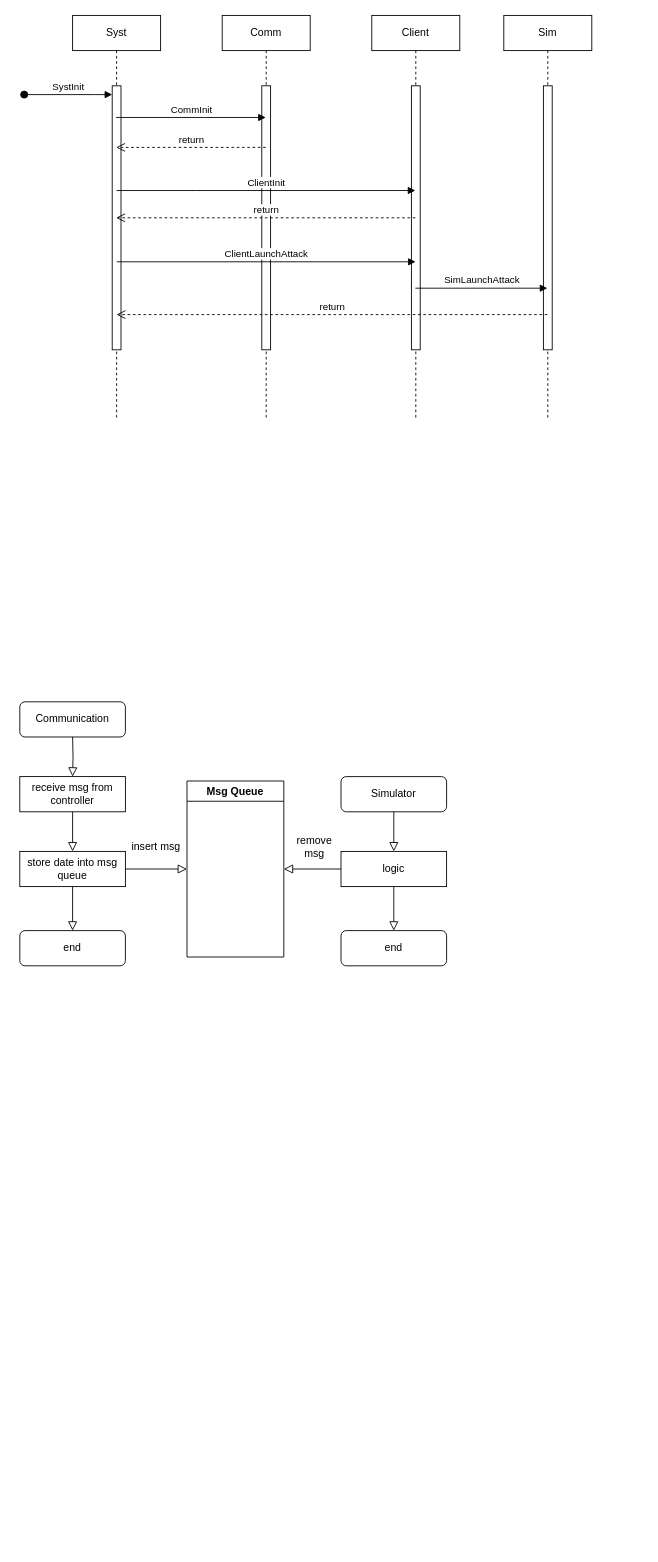
Earlier version of the draw.io diagram Untitled Diagram.drawio (OneOverThree/PastryTest). Source tidied: cells renumbered, new cells numbered last; positions are measured from the earlier drawing's top-left corner, leaving out a move shared by most shapes. Both pictures are drawn from the tidied source at 88%, with x=0, y=0 at pixel (19, 15).
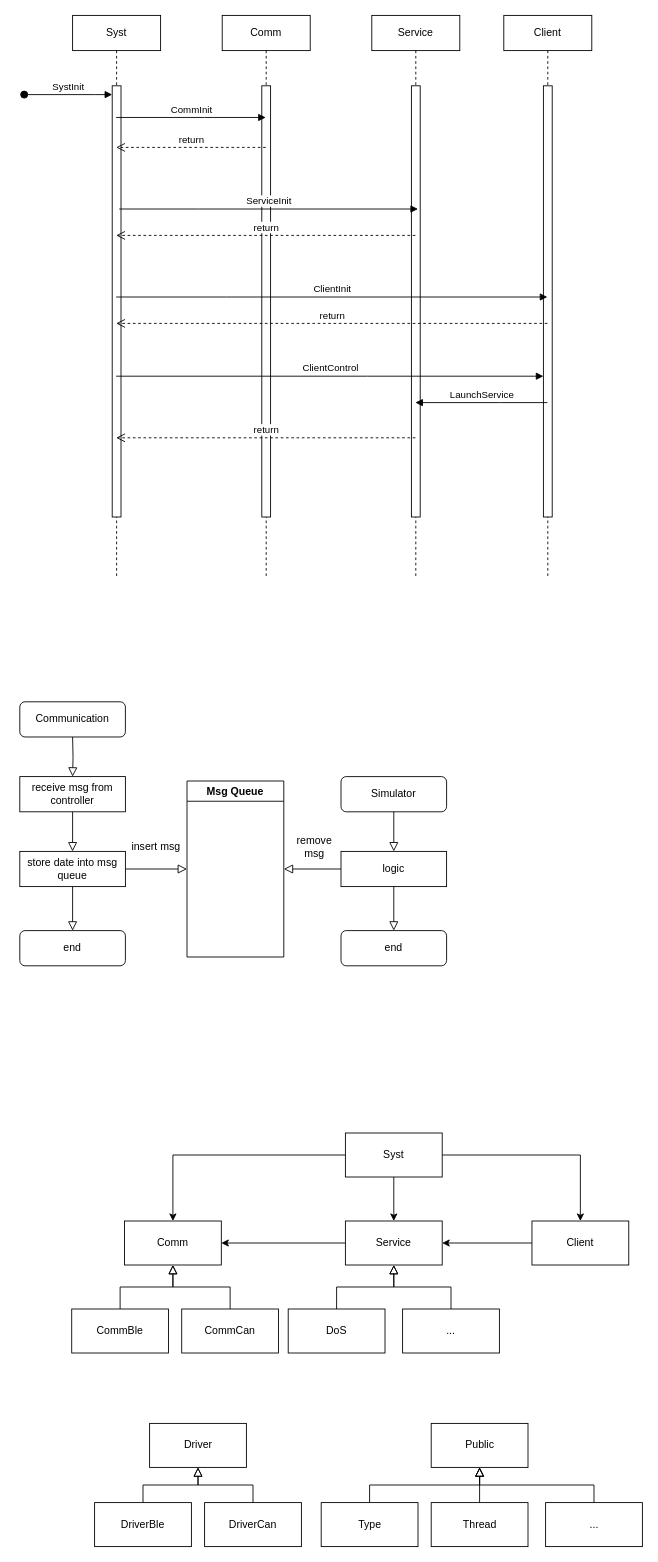
Above is the later version.

The edit, as a diff of the source:
```diff
@@
     <mxCell id="2" value="Comm" style="shape=umlLifeline;perimeter=lifelinePerimeter;whiteSpace=wrap;html=1;newEdgeStyle={&quot;edgeStyle&quot;:&quot;elbowEdgeStyle&quot;,&quot;elbow&quot;:&quot;vertical&quot;,&quot;curved&quot;:0,&quot;rounded&quot;:0};" parent="1" vertex="1">
-      <mxGeometry x="230" width="100" height="460" as="geometry" />
+      <mxGeometry x="230" width="100" height="640" as="geometry" />
     </mxCell>
     <mxCell id="3" style="html=1;perimeter=orthogonalPerimeter;targetShapes=umlLifeline;newEdgeStyle={&quot;edgeStyle&quot;:&quot;elbowEdgeStyle&quot;,&quot;elbow&quot;:&quot;vertical&quot;,&quot;curved&quot;:0,&quot;rounded&quot;:0};" parent="2" vertex="1">
-      <mxGeometry x="45" y="80" width="10" height="300" as="geometry" />
+      <mxGeometry x="45" y="80" width="10" height="490" as="geometry" />
     </mxCell>
     <mxCell id="4" value="Syst" style="shape=umlLifeline;perimeter=lifelinePerimeter;whiteSpace=wrap;html=1;outlineConnect=0;portConstraint=eastwest;newEdgeStyle={&quot;edgeStyle&quot;:&quot;elbowEdgeStyle&quot;,&quot;elbow&quot;:&quot;vertical&quot;,&quot;curved&quot;:0,&quot;rounded&quot;:0};" parent="1" vertex="1">
-      <mxGeometry x="60" width="100" height="460" as="geometry" />
+      <mxGeometry x="60" width="100" height="640" as="geometry" />
     </mxCell>
     <mxCell id="5" style="html=1;points=[];perimeter=orthogonalPerimeter;outlineConnect=0;targetShapes=umlLifeline;portConstraint=eastwest;newEdgeStyle={&quot;edgeStyle&quot;:&quot;elbowEdgeStyle&quot;,&quot;elbow&quot;:&quot;vertical&quot;,&quot;curved&quot;:0,&quot;rounded&quot;:0};" parent="4" vertex="1">
-      <mxGeometry x="45" y="80" width="10" height="300" as="geometry" />
+      <mxGeometry x="45" y="80" width="10" height="490" as="geometry" />
     </mxCell>
@@
-    <mxCell id="8" value="Client" style="shape=umlLifeline;perimeter=lifelinePerimeter;whiteSpace=wrap;html=1;outlineConnect=0;portConstraint=eastwest;newEdgeStyle={&quot;edgeStyle&quot;:&quot;elbowEdgeStyle&quot;,&quot;elbow&quot;:&quot;vertical&quot;,&quot;curved&quot;:0,&quot;rounded&quot;:0};" parent="1" vertex="1">
-      <mxGeometry x="400" width="100" height="460" as="geometry" />
+    <mxCell id="8" value="Service" style="shape=umlLifeline;perimeter=lifelinePerimeter;whiteSpace=wrap;html=1;outlineConnect=0;portConstraint=eastwest;newEdgeStyle={&quot;edgeStyle&quot;:&quot;elbowEdgeStyle&quot;,&quot;elbow&quot;:&quot;vertical&quot;,&quot;curved&quot;:0,&quot;rounded&quot;:0};" parent="1" vertex="1">
+      <mxGeometry x="400" width="100" height="640" as="geometry" />
     </mxCell>
     <mxCell id="9" style="html=1;perimeter=orthogonalPerimeter;targetShapes=umlLifeline;newEdgeStyle={&quot;edgeStyle&quot;:&quot;elbowEdgeStyle&quot;,&quot;elbow&quot;:&quot;vertical&quot;,&quot;curved&quot;:0,&quot;rounded&quot;:0};" parent="8" vertex="1">
-      <mxGeometry x="45" y="80" width="10" height="300" as="geometry" />
+      <mxGeometry x="45" y="80" width="10" height="490" as="geometry" />
     </mxCell>
-    <mxCell id="10" value="ClientInit" style="html=1;verticalAlign=bottom;endArrow=block;edgeStyle=elbowEdgeStyle;elbow=vertical;curved=0;rounded=0;" parent="1" edge="1">
+    <mxCell id="10" value="ServiceInit" style="html=1;verticalAlign=bottom;endArrow=block;edgeStyle=elbowEdgeStyle;elbow=vertical;curved=0;rounded=0;" parent="1" edge="1">
       <mxGeometry relative="1" as="geometry">
-        <mxPoint x="110" y="199" as="sourcePoint" />
-        <mxPoint x="449.5" y="199" as="targetPoint" />
+        <mxPoint x="113" y="220" as="sourcePoint" />
+        <mxPoint x="452.5" y="220" as="targetPoint" />
         <Array as="points">
-          <mxPoint x="200" y="199" />
-          <mxPoint x="240" y="209" />
-          <mxPoint x="250" y="199" />
-          <mxPoint x="215" y="219" />
+          <mxPoint x="203" y="220" />
+          <mxPoint x="243" y="230" />
+          <mxPoint x="253" y="220" />
+          <mxPoint x="218" y="240" />
         </Array>
       </mxGeometry>
     </mxCell>
-    <mxCell id="11" value="return" style="html=1;verticalAlign=bottom;endArrow=open;dashed=1;endSize=8;edgeStyle=elbowEdgeStyle;elbow=vertical;curved=0;rounded=0;" parent="1" edge="1" source="8" target="4">
-      <mxGeometry relative="1" as="geometry" />
-    </mxCell>
@@
-    <mxCell id="13" value="Sim" style="shape=umlLifeline;perimeter=lifelinePerimeter;whiteSpace=wrap;html=1;outlineConnect=0;portConstraint=eastwest;newEdgeStyle={&quot;edgeStyle&quot;:&quot;elbowEdgeStyle&quot;,&quot;elbow&quot;:&quot;vertical&quot;,&quot;curved&quot;:0,&quot;rounded&quot;:0};" parent="1" vertex="1">
-      <mxGeometry x="550" width="100" height="460" as="geometry" />
+    <mxCell id="13" value="Client" style="shape=umlLifeline;perimeter=lifelinePerimeter;whiteSpace=wrap;html=1;outlineConnect=0;portConstraint=eastwest;newEdgeStyle={&quot;edgeStyle&quot;:&quot;elbowEdgeStyle&quot;,&quot;elbow&quot;:&quot;vertical&quot;,&quot;curved&quot;:0,&quot;rounded&quot;:0};" parent="1" vertex="1">
+      <mxGeometry x="550" width="100" height="640" as="geometry" />
     </mxCell>
     <mxCell id="14" style="html=1;points=[];perimeter=orthogonalPerimeter;outlineConnect=0;targetShapes=umlLifeline;portConstraint=eastwest;newEdgeStyle={&quot;edgeStyle&quot;:&quot;elbowEdgeStyle&quot;,&quot;elbow&quot;:&quot;vertical&quot;,&quot;curved&quot;:0,&quot;rounded&quot;:0};" parent="13" vertex="1">
-      <mxGeometry x="45" y="80" width="10" height="300" as="geometry" />
+      <mxGeometry x="45" y="80" width="10" height="490" as="geometry" />
     </mxCell>
-    <mxCell id="15" value="ClientLaunchAttack" style="html=1;verticalAlign=bottom;endArrow=block;edgeStyle=elbowEdgeStyle;elbow=vertical;curved=0;rounded=0;" parent="1" edge="1">
-      <mxGeometry relative="1" as="geometry">
-        <mxPoint x="110.2" y="280" as="sourcePoint" />
-        <mxPoint x="449.8" y="280" as="targetPoint" />
-        <Array as="points">
-          <mxPoint x="200.2" y="280" />
-          <mxPoint x="240.2" y="290" />
-          <mxPoint x="250.2" y="280" />
-          <mxPoint x="215.2" y="300" />
-        </Array>
-      </mxGeometry>
-    </mxCell>
-    <mxCell id="16" value="SimLaunchAttack" style="html=1;verticalAlign=bottom;endArrow=block;edgeStyle=elbowEdgeStyle;elbow=vertical;curved=0;rounded=0;" parent="1" edge="1" source="8" target="13">
+    <mxCell id="16" value="ClientInit" style="html=1;verticalAlign=bottom;endArrow=block;edgeStyle=elbowEdgeStyle;elbow=vertical;curved=0;rounded=0;" parent="1" edge="1" source="4" target="13">
       <mxGeometry relative="1" as="geometry">
         <Array as="points">
+          <mxPoint x="235" y="320" />
+          <mxPoint x="435" y="300" />
+          <mxPoint x="455" y="270" />
           <mxPoint x="520" y="310" />
         </Array>
       </mxGeometry>
     </mxCell>
-    <mxCell id="17" value="return" style="html=1;verticalAlign=bottom;endArrow=open;dashed=1;endSize=8;edgeStyle=elbowEdgeStyle;elbow=vertical;curved=0;rounded=0;" parent="1" edge="1" source="13">
+    <mxCell id="17" value="return" style="html=1;verticalAlign=bottom;endArrow=open;dashed=1;endSize=8;edgeStyle=elbowEdgeStyle;elbow=vertical;curved=0;rounded=0;" parent="1" edge="1" source="13" target="4">
       <mxGeometry relative="1" as="geometry">
-        <mxPoint x="110" y="340" as="targetPoint" />
+        <Array as="points">
+          <mxPoint x="425" y="350" />
+          <mxPoint x="205" y="360" />
+          <mxPoint x="435" y="330" />
+          <mxPoint x="495" y="300" />
+        </Array>
       </mxGeometry>
     </mxCell>
@@
+    <mxCell id="35" style="edgeStyle=orthogonalEdgeStyle;rounded=0;jettySize=auto;html=1;" parent="1" edge="1" source="38" target="41">
+      <mxGeometry relative="1" as="geometry" />
+    </mxCell>
+    <mxCell id="36" style="edgeStyle=orthogonalEdgeStyle;rounded=0;jettySize=auto;html=1;entryX=0.5;entryY=0;entryDx=0;entryDy=0;" parent="1" edge="1" source="38" target="39">
+      <mxGeometry relative="1" as="geometry" />
+    </mxCell>
+    <mxCell id="37" style="edgeStyle=orthogonalEdgeStyle;rounded=0;jettySize=auto;html=1;entryX=0.5;entryY=0;entryDx=0;entryDy=0;" parent="1" edge="1" source="38" target="43">
+      <mxGeometry relative="1" as="geometry" />
+    </mxCell>
+    <mxCell id="38" value="Syst" style="html=1;whiteSpace=wrap;" parent="1" vertex="1">
+      <mxGeometry x="370" y="1270" width="110" height="50" as="geometry" />
+    </mxCell>
+    <mxCell id="39" value="Comm" style="html=1;whiteSpace=wrap;" parent="1" vertex="1">
+      <mxGeometry x="119" y="1370" width="110" height="50" as="geometry" />
+    </mxCell>
+    <mxCell id="40" style="edgeStyle=orthogonalEdgeStyle;rounded=0;jettySize=auto;html=1;exitX=0;exitY=0.5;exitDx=0;exitDy=0;" parent="1" edge="1" source="41" target="39">
+      <mxGeometry relative="1" as="geometry" />
+    </mxCell>
+    <mxCell id="41" value="Service" style="html=1;whiteSpace=wrap;" parent="1" vertex="1">
+      <mxGeometry x="370" y="1370" width="110" height="50" as="geometry" />
+    </mxCell>
+    <mxCell id="42" style="edgeStyle=orthogonalEdgeStyle;rounded=0;jettySize=auto;html=1;" parent="1" edge="1" source="43" target="41">
+      <mxGeometry relative="1" as="geometry" />
+    </mxCell>
+    <mxCell id="43" value="Client" style="html=1;whiteSpace=wrap;" parent="1" vertex="1">
+      <mxGeometry x="582" y="1370" width="110" height="50" as="geometry" />
+    </mxCell>
+    <mxCell id="44" value="CommBle" style="html=1;whiteSpace=wrap;" parent="1" vertex="1">
+      <mxGeometry x="59" y="1470" width="110" height="50" as="geometry" />
+    </mxCell>
+    <mxCell id="45" value="CommCan" style="html=1;whiteSpace=wrap;" parent="1" vertex="1">
+      <mxGeometry x="184" y="1470" width="110" height="50" as="geometry" />
+    </mxCell>
+    <mxCell id="46" value="DoS" style="html=1;whiteSpace=wrap;" parent="1" vertex="1">
+      <mxGeometry x="305" y="1470" width="110" height="50" as="geometry" />
+    </mxCell>
+    <mxCell id="47" style="rounded=0;html=1;jettySize=auto;fontSize=11;endArrow=block;endFill=0;endSize=8;strokeWidth=1;shadow=0;labelBackgroundColor=none;edgeStyle=orthogonalEdgeStyle;entryX=0.5;entryY=1;entryDx=0;entryDy=0;exitX=0.5;exitY=0;exitDx=0;exitDy=0;" parent="1" edge="1" source="44" target="39">
+      <mxGeometry x="0.02" y="120" relative="1" as="geometry" />
+    </mxCell>
+    <mxCell id="48" style="rounded=0;html=1;jettySize=auto;fontSize=11;endArrow=block;endFill=0;endSize=8;strokeWidth=1;shadow=0;labelBackgroundColor=none;edgeStyle=orthogonalEdgeStyle;exitX=0.5;exitY=0;exitDx=0;exitDy=0;" parent="1" edge="1" source="45" target="39">
+      <mxGeometry x="0.02" y="120" relative="1" as="geometry" />
+    </mxCell>
+    <mxCell id="49" style="rounded=0;html=1;jettySize=auto;fontSize=11;endArrow=block;endFill=0;endSize=8;strokeWidth=1;shadow=0;labelBackgroundColor=none;edgeStyle=orthogonalEdgeStyle;exitX=0.5;exitY=0;exitDx=0;exitDy=0;" parent="1" edge="1" source="46" target="41">
+      <mxGeometry x="0.02" y="120" relative="1" as="geometry" />
+    </mxCell>
+    <mxCell id="50" value="..." style="html=1;whiteSpace=wrap;" parent="1" vertex="1">
+      <mxGeometry x="435" y="1470" width="110" height="50" as="geometry" />
+    </mxCell>
+    <mxCell id="51" style="rounded=0;html=1;jettySize=auto;fontSize=11;endArrow=block;endFill=0;endSize=8;strokeWidth=1;shadow=0;labelBackgroundColor=none;edgeStyle=orthogonalEdgeStyle;" parent="1" edge="1" source="50" target="41">
+      <mxGeometry x="0.02" y="120" relative="1" as="geometry" />
+    </mxCell>
+    <mxCell id="52" value="Driver" style="html=1;whiteSpace=wrap;" parent="1" vertex="1">
+      <mxGeometry x="147.5" y="1600" width="110" height="50" as="geometry" />
+    </mxCell>
+    <mxCell id="53" value="Public" style="html=1;whiteSpace=wrap;" parent="1" vertex="1">
+      <mxGeometry x="467.5" y="1600" width="110" height="50" as="geometry" />
+    </mxCell>
+    <mxCell id="54" value="DriverBle" style="html=1;whiteSpace=wrap;" parent="1" vertex="1">
+      <mxGeometry x="85" y="1690" width="110" height="50" as="geometry" />
+    </mxCell>
+    <mxCell id="55" value="DriverCan" style="html=1;whiteSpace=wrap;" parent="1" vertex="1">
+      <mxGeometry x="210" y="1690" width="110" height="50" as="geometry" />
+    </mxCell>
+    <mxCell id="56" style="rounded=0;html=1;jettySize=auto;fontSize=11;endArrow=block;endFill=0;endSize=8;strokeWidth=1;shadow=0;labelBackgroundColor=none;edgeStyle=orthogonalEdgeStyle;entryX=0.5;entryY=1;entryDx=0;entryDy=0;" parent="1" edge="1" source="54" target="52">
+      <mxGeometry x="0.02" y="120" relative="1" as="geometry" />
+    </mxCell>
+    <mxCell id="57" style="rounded=0;html=1;jettySize=auto;fontSize=11;endArrow=block;endFill=0;endSize=8;strokeWidth=1;shadow=0;labelBackgroundColor=none;edgeStyle=orthogonalEdgeStyle;" parent="1" edge="1" source="55" target="52">
+      <mxGeometry x="0.02" y="120" relative="1" as="geometry" />
+    </mxCell>
+    <mxCell id="58" value="Type" style="html=1;whiteSpace=wrap;" parent="1" vertex="1">
+      <mxGeometry x="342.5" y="1690" width="110" height="50" as="geometry" />
+    </mxCell>
+    <mxCell id="59" value="Thread" style="html=1;whiteSpace=wrap;" parent="1" vertex="1">
+      <mxGeometry x="467.5" y="1690" width="110" height="50" as="geometry" />
+    </mxCell>
+    <mxCell id="60" value="..." style="html=1;whiteSpace=wrap;" parent="1" vertex="1">
+      <mxGeometry x="597.5" y="1690" width="110" height="50" as="geometry" />
+    </mxCell>
+    <mxCell id="61" style="rounded=0;html=1;jettySize=auto;fontSize=11;endArrow=block;endFill=0;endSize=8;strokeWidth=1;shadow=0;labelBackgroundColor=none;edgeStyle=orthogonalEdgeStyle;entryX=0.5;entryY=1;entryDx=0;entryDy=0;exitX=0.5;exitY=0;exitDx=0;exitDy=0;" parent="1" edge="1" source="59" target="53">
+      <mxGeometry x="0.02" y="120" relative="1" as="geometry" />
+    </mxCell>
+    <mxCell id="62" style="rounded=0;html=1;jettySize=auto;fontSize=11;endArrow=block;endFill=0;endSize=8;strokeWidth=1;shadow=0;labelBackgroundColor=none;edgeStyle=orthogonalEdgeStyle;exitX=0.5;exitY=0;exitDx=0;exitDy=0;" parent="1" edge="1" source="60" target="53">
+      <mxGeometry x="0.02" y="120" relative="1" as="geometry" />
+    </mxCell>
+    <mxCell id="63" style="rounded=0;html=1;jettySize=auto;fontSize=11;endArrow=block;endFill=0;endSize=8;strokeWidth=1;shadow=0;labelBackgroundColor=none;edgeStyle=orthogonalEdgeStyle;exitX=0.5;exitY=0;exitDx=0;exitDy=0;" parent="1" edge="1" source="58" target="53">
+      <mxGeometry x="0.02" y="120" relative="1" as="geometry" />
+    </mxCell>
+    <mxCell id="64" value="ClientControl" style="html=1;verticalAlign=bottom;endArrow=block;edgeStyle=elbowEdgeStyle;elbow=vertical;curved=0;rounded=0;" parent="1" edge="1" source="4" target="14">
+      <mxGeometry relative="1" as="geometry">
+        <Array as="points">
+          <mxPoint x="395" y="410" />
+          <mxPoint x="445" y="370" />
+          <mxPoint x="405" y="340" />
+          <mxPoint x="465" y="280" />
+          <mxPoint x="530" y="320" />
+        </Array>
+      </mxGeometry>
+    </mxCell>
+    <mxCell id="65" value="return" style="html=1;verticalAlign=bottom;endArrow=open;dashed=1;endSize=8;edgeStyle=elbowEdgeStyle;elbow=vertical;curved=0;rounded=0;" parent="1" edge="1" source="8" target="4">
+      <mxGeometry relative="1" as="geometry">
+        <Array as="points">
+          <mxPoint x="235" y="250" />
+          <mxPoint x="375" y="260" />
+          <mxPoint x="315" y="230" />
+        </Array>
+      </mxGeometry>
+    </mxCell>
+    <mxCell id="66" value="LaunchService" style="html=1;verticalAlign=bottom;endArrow=block;edgeStyle=elbowEdgeStyle;elbow=vertical;curved=0;rounded=0;" parent="1" edge="1" source="13" target="8">
+      <mxGeometry relative="1" as="geometry">
+        <Array as="points">
+          <mxPoint x="545" y="440" />
+          <mxPoint x="525" y="440" />
+        </Array>
+      </mxGeometry>
+    </mxCell>
+    <mxCell id="67" value="return" style="html=1;verticalAlign=bottom;endArrow=open;dashed=1;endSize=8;edgeStyle=elbowEdgeStyle;elbow=vertical;curved=0;rounded=0;" parent="1" edge="1" source="8" target="4">
+      <mxGeometry relative="1" as="geometry">
+        <Array as="points">
+          <mxPoint x="375" y="480" />
+        </Array>
+      </mxGeometry>
+    </mxCell>
```
